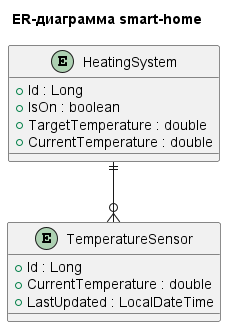
dzmnd/architecture-sprint-3 keeps this PlantUML diagram as Tasks/Task1_3/Task1_3-ER.png. Above is the earlier version.
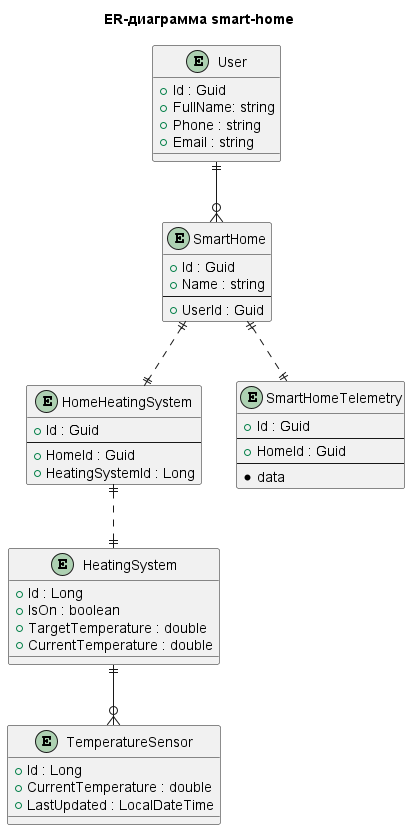
The same file after the commit.

Commit message:
sprint_3 Task1_3 fix

Change to the diagram source:
```diff
@@ -1,6 +1,20 @@
 @startuml
 
 title ER-диаграмма smart-home
+
+entity "User" as User {
+    + Id : Guid
+    + FullName: string
+    + Phone : string
+    + Email : string
+}
+
+entity "SmartHome" as SmartHome {
+    + Id : Guid
+    + Name : string
+    --
+    + UserId : Guid
+}
 
 entity "HeatingSystem" as HeatingSystem {
     + Id : Long
@@ -15,6 +29,25 @@
     + LastUpdated : LocalDateTime
 }
 
+entity "HomeHeatingSystem" as HomeHeatingSystem {
+    + Id : Guid
+    --
+    + HomeId : Guid
+    + HeatingSystemId : Long
+}
+
+entity SmartHomeTelemetry {
+    + Id : Guid
+    --
+    + HomeId : Guid
+    --
+    * data
+}
+
+User ||--o{ SmartHome
+SmartHome ||..|| HomeHeatingSystem
+SmartHome ||..|| SmartHomeTelemetry
+HomeHeatingSystem ||..|| HeatingSystem
 HeatingSystem ||--o{ TemperatureSensor
 
 skinparam entity {
```
